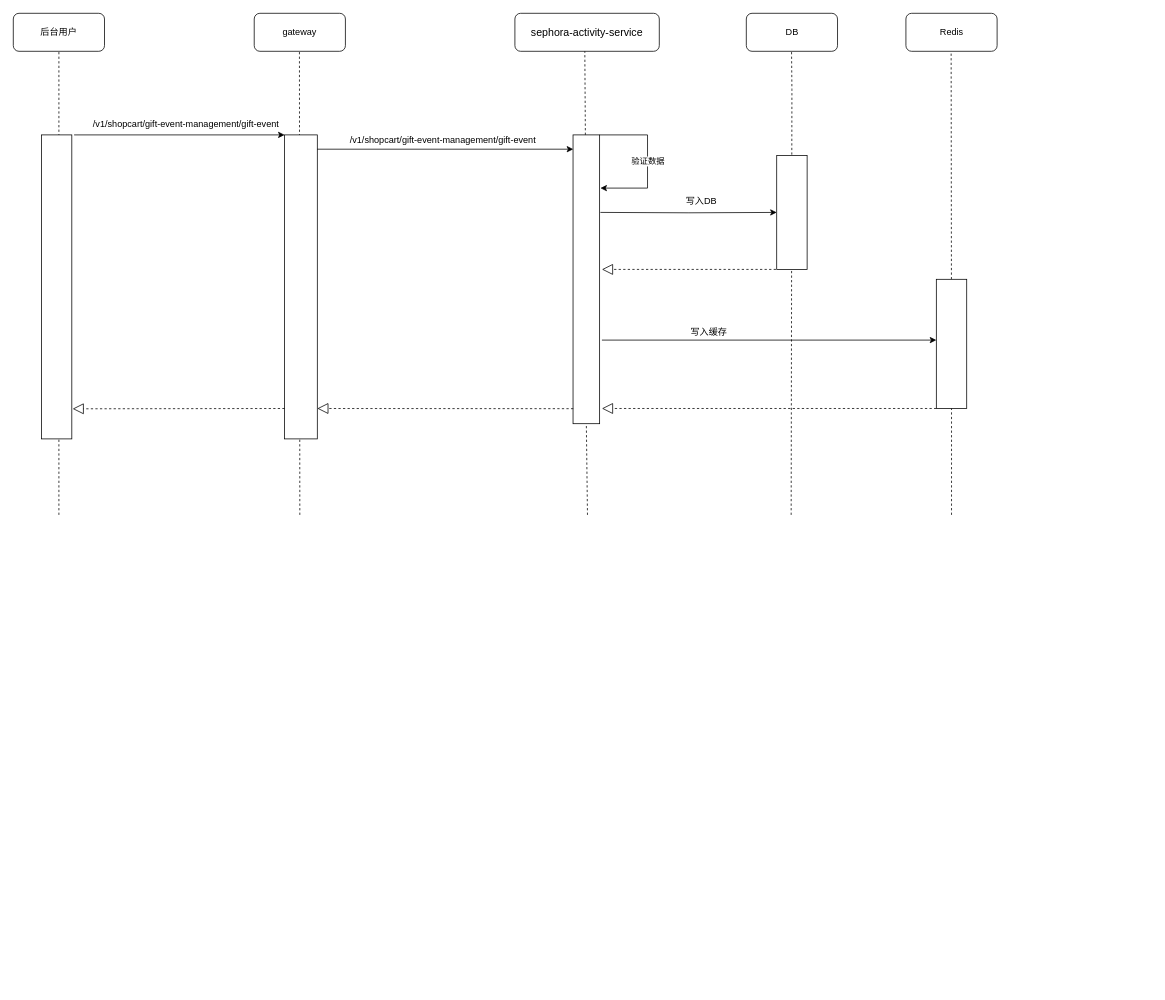
Above: 活动管理-创建活动.drawio in xiazecheng/madao (draw.io), before the change. Source tidied: cells renumbered, new cells numbered last; positions are measured from the earlier drawing's top-left corner, leaving out a move shared by most shapes. Both pictures are drawn from the tidied source at 76%, with x=0, y=0 at pixel (13, 13).
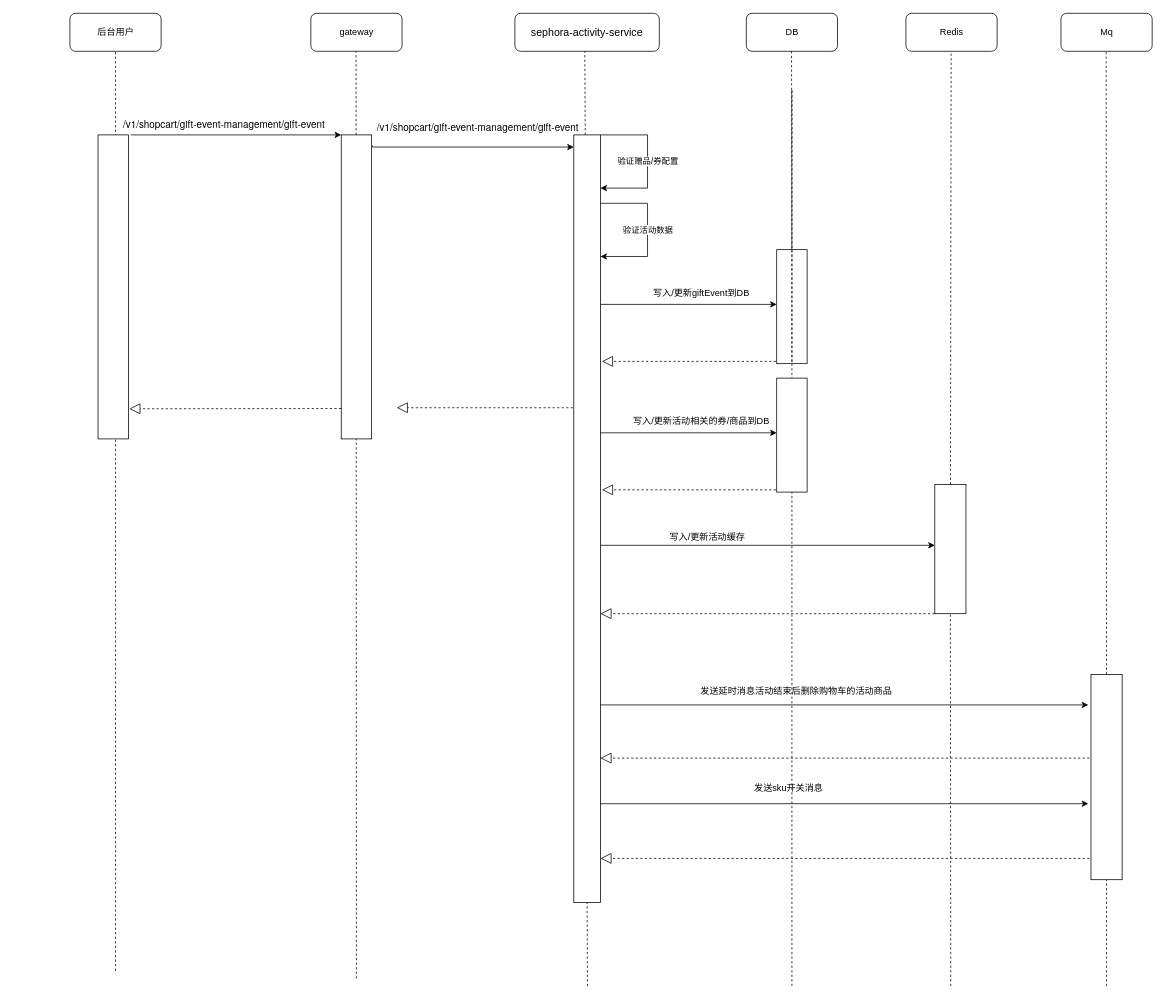
The same diagram, later.

Commit message:
更新活动管理-创建活动.drawio

The edit, as a diff of the source:
```diff
@@
     <mxCell id="2" value="后台用户" style="rounded=1;whiteSpace=wrap;html=1;labelBackgroundColor=default;fontColor=#000000;" parent="1" vertex="1">
-      <mxGeometry width="120" height="50" as="geometry" />
+      <mxGeometry x="74.5" width="120" height="50" as="geometry" />
     </mxCell>
-    <mxCell id="3" style="endArrow=none;dashed=1;html=1;rounded=0;fontColor=#000000;entryX=0.5;entryY=1;entryDx=0;entryDy=0;" parent="1" edge="1" target="2">
-      <mxGeometry relative="1" as="geometry">
-        <mxPoint x="60" y="660" as="sourcePoint" />
-      </mxGeometry>
-    </mxCell>
-    <mxCell id="4" style="rounded=0;whiteSpace=wrap;html=1;labelBackgroundColor=default;fontColor=#000000;" parent="1" vertex="1">
-      <mxGeometry x="37" y="160" width="40" height="400" as="geometry" />
-    </mxCell>
+    <mxCell id="32" style="endArrow=none;dashed=1;html=1;rounded=0;fontColor=#000000;entryX=0.5;entryY=1;entryDx=0;entryDy=0;" parent="1" edge="1" target="2">
+      <mxGeometry relative="1" as="geometry">
+        <mxPoint x="134.5" y="1260" as="sourcePoint" />
+      </mxGeometry>
+    </mxCell>
+    <mxCell id="33" style="rounded=0;whiteSpace=wrap;html=1;labelBackgroundColor=default;fontColor=#000000;" parent="1" vertex="1">
+      <mxGeometry x="111.5" y="160" width="40" height="400" as="geometry" />
+    </mxCell>
@@
-    <mxCell id="6" style="endArrow=none;dashed=1;html=1;rounded=0;fontColor=#000000;entryX=0.5;entryY=1;entryDx=0;entryDy=0;startArrow=none;" parent="1" edge="1" source="9">
-      <mxGeometry relative="1" as="geometry">
-        <mxPoint x="752" y="50" as="targetPoint" />
-      </mxGeometry>
-    </mxCell>
-    <mxCell id="7" style="edgeStyle=orthogonalEdgeStyle;rounded=0;jettySize=auto;html=1;entryX=0;entryY=0.5;entryDx=0;entryDy=0;fontColor=#000000;" parent="1" edge="1" target="18">
-      <mxGeometry relative="1" as="geometry">
-        <mxPoint x="772.5" y="262" as="sourcePoint" />
-      </mxGeometry>
-    </mxCell>
-    <mxCell id="8" style="edgeStyle=orthogonalEdgeStyle;rounded=0;orthogonalLoop=1;jettySize=auto;html=1;fontColor=#000000;entryX=0;entryY=0.5;entryDx=0;entryDy=0;" parent="1" edge="1">
-      <mxGeometry relative="1" as="geometry">
-        <mxPoint x="774.5" y="430" as="sourcePoint" />
-        <mxPoint x="1214.5" y="430" as="targetPoint" />
-      </mxGeometry>
-    </mxCell>
-    <mxCell id="9" style="rounded=0;whiteSpace=wrap;html=1;labelBackgroundColor=default;fontColor=#000000;" parent="1" vertex="1">
-      <mxGeometry x="736.5" y="160" width="35" height="380" as="geometry" />
-    </mxCell>
-    <mxCell id="10" style="endArrow=none;dashed=1;html=1;rounded=0;fontColor=#000000;entryX=0.5;entryY=1;entryDx=0;entryDy=0;" parent="1" edge="1" target="9">
-      <mxGeometry relative="1" as="geometry">
-        <mxPoint x="755.5" y="660" as="sourcePoint" />
-      </mxGeometry>
-    </mxCell>
-    <mxCell id="11" style="endArrow=classic;html=1;rounded=0;fontColor=#000000;entryX=0;entryY=0;entryDx=0;entryDy=0;" parent="1" edge="1" target="14">
-      <mxGeometry relative="1" as="geometry">
-        <mxPoint x="80" y="160" as="sourcePoint" />
-      </mxGeometry>
-    </mxCell>
+    <mxCell id="34" style="endArrow=none;dashed=1;html=1;rounded=0;fontColor=#000000;entryX=0.5;entryY=1;entryDx=0;entryDy=0;startArrow=none;" parent="1" edge="1" source="37">
+      <mxGeometry relative="1" as="geometry">
+        <mxPoint x="752" y="50" as="targetPoint" />
+      </mxGeometry>
+    </mxCell>
+    <mxCell id="35" style="edgeStyle=orthogonalEdgeStyle;rounded=0;orthogonalLoop=1;jettySize=auto;html=1;entryX=0;entryY=0.5;entryDx=0;entryDy=0;fontColor=#000000;" parent="1" edge="1">
+      <mxGeometry relative="1" as="geometry">
+        <mxPoint x="772.5" y="383" as="sourcePoint" />
+        <mxPoint x="1004.5" y="383" as="targetPoint" />
+      </mxGeometry>
+    </mxCell>
+    <mxCell id="36" style="edgeStyle=orthogonalEdgeStyle;rounded=0;orthogonalLoop=1;jettySize=auto;html=1;fontColor=#000000;entryX=0;entryY=0.5;entryDx=0;entryDy=0;" parent="1" edge="1">
+      <mxGeometry relative="1" as="geometry">
+        <mxPoint x="772.5" y="700" as="sourcePoint" />
+        <mxPoint x="1212.5" y="700" as="targetPoint" />
+      </mxGeometry>
+    </mxCell>
+    <mxCell id="37" style="rounded=0;whiteSpace=wrap;html=1;labelBackgroundColor=default;fontColor=#000000;" parent="1" vertex="1">
+      <mxGeometry x="737.5" y="160" width="35" height="1010" as="geometry" />
+    </mxCell>
+    <mxCell id="38" style="endArrow=none;dashed=1;html=1;rounded=0;fontColor=#000000;entryX=0.5;entryY=1;entryDx=0;entryDy=0;" parent="1" edge="1" target="37">
+      <mxGeometry relative="1" as="geometry">
+        <mxPoint x="755.5" y="1280" as="sourcePoint" />
+      </mxGeometry>
+    </mxCell>
+    <mxCell id="39" style="endArrow=classic;html=1;rounded=0;fontColor=#000000;entryX=0;entryY=0;entryDx=0;entryDy=0;" parent="1" edge="1" target="42">
+      <mxGeometry relative="1" as="geometry">
+        <mxPoint x="154.5" y="160" as="sourcePoint" />
+      </mxGeometry>
+    </mxCell>
     <mxCell id="12" value="gateway" style="rounded=1;whiteSpace=wrap;html=1;labelBackgroundColor=default;fontColor=#000000;" parent="1" vertex="1">
-      <mxGeometry x="317" width="120" height="50" as="geometry" />
+      <mxGeometry x="391.5" width="120" height="50" as="geometry" />
     </mxCell>
-    <mxCell id="13" style="endArrow=none;dashed=1;html=1;rounded=0;fontColor=#000000;entryX=0.5;entryY=1;entryDx=0;entryDy=0;" parent="1" edge="1">
-      <mxGeometry relative="1" as="geometry">
-        <mxPoint x="377" y="660" as="sourcePoint" />
-        <mxPoint x="376.5" y="50" as="targetPoint" />
-      </mxGeometry>
-    </mxCell>
-    <mxCell id="14" style="rounded=0;whiteSpace=wrap;html=1;labelBackgroundColor=default;fontColor=#000000;" parent="1" vertex="1">
-      <mxGeometry x="357" y="160" width="43" height="400" as="geometry" />
-    </mxCell>
-    <mxCell id="15" value="验证数据" style="edgeStyle=orthogonalEdgeStyle;rounded=0;jettySize=auto;html=1;exitX=1;exitY=0;exitDx=0;exitDy=0;fontColor=#000000;" parent="1" edge="1" source="9">
-      <mxGeometry relative="1" as="geometry">
-        <mxPoint x="772.5" y="230" as="targetPoint" />
-        <Array as="points">
-          <mxPoint x="834.5" y="160" />
-          <mxPoint x="834.5" y="230" />
-          <mxPoint x="772.5" y="230" />
-        </Array>
-      </mxGeometry>
-    </mxCell>
+    <mxCell id="40" style="endArrow=none;dashed=1;html=1;rounded=0;fontColor=#000000;entryX=0.5;entryY=1;entryDx=0;entryDy=0;" parent="1" edge="1">
+      <mxGeometry relative="1" as="geometry">
+        <mxPoint x="451.5" y="1270" as="sourcePoint" />
+        <mxPoint x="451" y="50" as="targetPoint" />
+      </mxGeometry>
+    </mxCell>
+    <mxCell id="41" style="edgeStyle=orthogonalEdgeStyle;rounded=0;jettySize=auto;html=1;exitX=1.027;exitY=0.035;exitDx=0;exitDy=0;entryX=0;entryY=0;entryDx=0;entryDy=0;fontColor=#000000;exitPerimeter=0;" parent="1" edge="1" source="42">
+      <mxGeometry relative="1" as="geometry">
+        <mxPoint x="737.5" y="176" as="targetPoint" />
+        <Array as="points">
+          <mxPoint x="472.5" y="176" />
+        </Array>
+      </mxGeometry>
+    </mxCell>
+    <mxCell id="42" style="rounded=0;whiteSpace=wrap;html=1;labelBackgroundColor=default;fontColor=#000000;" parent="1" vertex="1">
+      <mxGeometry x="431.5" y="160" width="40" height="400" as="geometry" />
+    </mxCell>
+    <mxCell id="43" value="验证赠品/券配置" style="edgeStyle=orthogonalEdgeStyle;rounded=0;jettySize=auto;html=1;exitX=1;exitY=0;exitDx=0;exitDy=0;fontColor=#000000;" parent="1" edge="1" source="37">
+      <mxGeometry relative="1" as="geometry">
+        <mxPoint x="772.5" y="230" as="targetPoint" />
+        <Array as="points">
+          <mxPoint x="834.5" y="160" />
+          <mxPoint x="834.5" y="230" />
+          <mxPoint x="772.5" y="230" />
+        </Array>
+      </mxGeometry>
+    </mxCell>
@@
-    <mxCell id="17" style="endArrow=none;dashed=1;html=1;rounded=0;fontColor=#000000;entryX=0.5;entryY=1;entryDx=0;entryDy=0;startArrow=none;" parent="1" edge="1">
-      <mxGeometry relative="1" as="geometry">
-        <mxPoint x="1023.5" y="660" as="sourcePoint" />
-        <mxPoint x="1024" y="50" as="targetPoint" />
-        <Array as="points">
-          <mxPoint x="1024.5" y="100" />
-        </Array>
-      </mxGeometry>
-    </mxCell>
-    <mxCell id="18" style="rounded=0;whiteSpace=wrap;html=1;labelBackgroundColor=default;fontColor=#000000;" parent="1" vertex="1">
-      <mxGeometry x="1004.5" y="187" width="40" height="150" as="geometry" />
-    </mxCell>
-    <mxCell id="19" value="写入DB" style="text;html=1;align=center;verticalAlign=middle;strokeColor=none;fillColor=none;fontColor=#000000;" parent="1" vertex="1">
-      <mxGeometry x="874.5" y="237" width="60" height="20" as="geometry" />
-    </mxCell>
+    <mxCell id="44" style="endArrow=none;dashed=1;html=1;rounded=0;fontColor=#000000;entryX=0.5;entryY=1;entryDx=0;entryDy=0;startArrow=none;" parent="1" edge="1" source="54">
+      <mxGeometry relative="1" as="geometry">
+        <mxPoint x="1024" y="50" as="targetPoint" />
+      </mxGeometry>
+    </mxCell>
+    <mxCell id="45" value="写入/更新giftEvent到DB" style="text;html=1;align=center;verticalAlign=middle;strokeColor=none;fillColor=none;fontColor=#000000;" parent="1" vertex="1">
+      <mxGeometry x="834.5" y="358" width="140" height="20" as="geometry" />
+    </mxCell>
@@
-    <mxCell id="21" style="endArrow=none;dashed=1;html=1;rounded=0;fontColor=#000000;entryX=0.5;entryY=1;entryDx=0;entryDy=0;startArrow=none;" parent="1" edge="1" source="22">
-      <mxGeometry relative="1" as="geometry">
-        <mxPoint x="1234" y="50" as="targetPoint" />
-      </mxGeometry>
-    </mxCell>
-    <mxCell id="22" style="rounded=0;whiteSpace=wrap;html=1;labelBackgroundColor=default;fontColor=#000000;" parent="1" vertex="1">
-      <mxGeometry x="1214.5" y="350" width="40" height="170" as="geometry" />
-    </mxCell>
-    <mxCell id="23" style="endArrow=none;dashed=1;html=1;rounded=0;fontColor=#000000;entryX=0.5;entryY=1;entryDx=0;entryDy=0;startArrow=none;" parent="1" edge="1" target="22">
-      <mxGeometry relative="1" as="geometry">
-        <mxPoint x="1234.5" y="660" as="sourcePoint" />
-      </mxGeometry>
-    </mxCell>
-    <mxCell id="24" value="写入缓存" style="text;html=1;align=center;verticalAlign=middle;strokeColor=none;fillColor=none;fontColor=#000000;" parent="1" vertex="1">
-      <mxGeometry x="884.5" y="410" width="60" height="20" as="geometry" />
-    </mxCell>
-    <mxCell id="25" style="endArrow=block;dashed=1;endFill=0;endSize=12;html=1;rounded=0;fontColor=#000000;exitX=0;exitY=1;exitDx=0;exitDy=0;" parent="1" edge="1" source="22">
-      <mxGeometry relative="1" as="geometry">
-        <mxPoint x="774.5" y="520" as="targetPoint" />
-      </mxGeometry>
-    </mxCell>
-    <mxCell id="26" style="endArrow=block;dashed=1;endFill=0;endSize=12;html=1;rounded=0;fontColor=#000000;exitX=0.008;exitY=0.948;exitDx=0;exitDy=0;exitPerimeter=0;" parent="1" edge="1" source="9">
-      <mxGeometry relative="1" as="geometry">
-        <mxPoint x="400" y="520" as="targetPoint" />
-      </mxGeometry>
-    </mxCell>
-    <mxCell id="27" style="endArrow=block;dashed=1;endFill=0;endSize=12;html=1;rounded=0;fontColor=#000000;exitX=0;exitY=1;exitDx=0;exitDy=0;" parent="1" edge="1">
-      <mxGeometry relative="1" as="geometry">
-        <mxPoint x="1003.5" y="337" as="sourcePoint" />
-        <mxPoint x="774.5" y="337" as="targetPoint" />
-      </mxGeometry>
-    </mxCell>
-    <mxCell id="28" style="endArrow=block;dashed=1;endFill=0;endSize=12;html=1;rounded=0;fontColor=#000000;exitX=0;exitY=1;exitDx=0;exitDy=0;entryX=1.028;entryY=0.901;entryDx=0;entryDy=0;entryPerimeter=0;" parent="1" edge="1" target="4">
-      <mxGeometry relative="1" as="geometry">
-        <mxPoint x="357" y="520" as="sourcePoint" />
-      </mxGeometry>
-    </mxCell>
-    <mxCell id="29" value="&lt;pre style=&quot;font-family: &amp;#34;jetbrains mono&amp;#34;&quot;&gt;/v1/shopcart/gift-event-management/gift-event&lt;/pre&gt;" style="text;html=1;align=center;verticalAlign=middle;strokeColor=none;fillColor=none;fontColor=#000000;" parent="1" vertex="1">
-      <mxGeometry x="82" y="126" width="290" height="40" as="geometry" />
-    </mxCell>
-    <mxCell id="30" value="&lt;pre style=&quot;font-family: &amp;#34;jetbrains mono&amp;#34;&quot;&gt;/v1/shopcart/gift-event-management/gift-event&lt;/pre&gt;" style="text;html=1;align=center;verticalAlign=middle;strokeColor=none;fillColor=none;fontColor=#000000;" parent="1" vertex="1">
-      <mxGeometry x="420" y="147" width="290" height="40" as="geometry" />
-    </mxCell>
-    <mxCell id="31" style="endArrow=classic;html=1;rounded=0;fontSize=12;fontColor=#000000;entryX=0.008;entryY=0.06;entryDx=0;entryDy=0;entryPerimeter=0;exitX=0.995;exitY=0.057;exitDx=0;exitDy=0;exitPerimeter=0;" parent="1" edge="1">
-      <mxGeometry relative="1" as="geometry">
-        <mxPoint x="399.8" y="178.8" as="sourcePoint" />
-        <mxPoint x="736.8" y="178.8" as="targetPoint" />
-      </mxGeometry>
-    </mxCell>
+    <mxCell id="46" style="endArrow=none;dashed=1;html=1;rounded=0;fontColor=#000000;entryX=0.5;entryY=1;entryDx=0;entryDy=0;startArrow=none;" parent="1" edge="1" source="47">
+      <mxGeometry relative="1" as="geometry">
+        <mxPoint x="1234" y="50" as="targetPoint" />
+      </mxGeometry>
+    </mxCell>
+    <mxCell id="47" style="rounded=0;whiteSpace=wrap;html=1;labelBackgroundColor=default;fontColor=#000000;" parent="1" vertex="1">
+      <mxGeometry x="1212.5" y="620" width="41" height="170" as="geometry" />
+    </mxCell>
+    <mxCell id="48" style="endArrow=none;dashed=1;html=1;rounded=0;fontColor=#000000;entryX=0.5;entryY=1;entryDx=0;entryDy=0;startArrow=none;" parent="1" edge="1" target="47">
+      <mxGeometry relative="1" as="geometry">
+        <mxPoint x="1233.5" y="1280" as="sourcePoint" />
+      </mxGeometry>
+    </mxCell>
+    <mxCell id="49" value="写入/更新活动缓存" style="text;html=1;align=center;verticalAlign=middle;strokeColor=none;fillColor=none;fontColor=#000000;" parent="1" vertex="1">
+      <mxGeometry x="857.5" y="680" width="110" height="20" as="geometry" />
+    </mxCell>
+    <mxCell id="50" style="endArrow=block;dashed=1;endFill=0;endSize=12;html=1;rounded=0;fontColor=#000000;exitX=0;exitY=1;exitDx=0;exitDy=0;" parent="1" edge="1" source="47">
+      <mxGeometry relative="1" as="geometry">
+        <mxPoint x="772.5" y="790" as="targetPoint" />
+      </mxGeometry>
+    </mxCell>
+    <mxCell id="51" style="endArrow=block;dashed=1;endFill=0;endSize=12;html=1;rounded=0;fontColor=#000000;exitX=0;exitY=1;exitDx=0;exitDy=0;" parent="1" edge="1">
+      <mxGeometry relative="1" as="geometry">
+        <mxPoint x="736.5" y="519" as="sourcePoint" />
+        <mxPoint x="504.5" y="519" as="targetPoint" />
+      </mxGeometry>
+    </mxCell>
+    <mxCell id="52" style="endArrow=block;dashed=1;endFill=0;endSize=12;html=1;rounded=0;fontColor=#000000;exitX=0;exitY=1;exitDx=0;exitDy=0;" parent="1" edge="1">
+      <mxGeometry relative="1" as="geometry">
+        <mxPoint x="1003.5" y="458" as="sourcePoint" />
+        <mxPoint x="774.5" y="458" as="targetPoint" />
+      </mxGeometry>
+    </mxCell>
+    <mxCell id="53" style="endArrow=block;dashed=1;endFill=0;endSize=12;html=1;rounded=0;fontColor=#000000;exitX=0;exitY=1;exitDx=0;exitDy=0;entryX=1.028;entryY=0.901;entryDx=0;entryDy=0;entryPerimeter=0;" parent="1" edge="1" target="33">
+      <mxGeometry relative="1" as="geometry">
+        <mxPoint x="431.5" y="520" as="sourcePoint" />
+      </mxGeometry>
+    </mxCell>
+    <mxCell id="54" style="rounded=0;whiteSpace=wrap;html=1;labelBackgroundColor=default;fontColor=#000000;" parent="1" vertex="1">
+      <mxGeometry x="1004.5" y="311" width="40" height="150" as="geometry" />
+    </mxCell>
+    <mxCell id="55" style="endArrow=none;dashed=1;html=1;rounded=0;fontColor=#000000;entryX=0.5;entryY=1;entryDx=0;entryDy=0;startArrow=none;" parent="1" edge="1" target="54">
+      <mxGeometry relative="1" as="geometry">
+        <mxPoint x="1024.5" y="1280" as="sourcePoint" />
+        <Array as="points">
+          <mxPoint x="1024.5" y="100" />
+        </Array>
+      </mxGeometry>
+    </mxCell>
+    <mxCell id="56" value="验证活动数据" style="edgeStyle=orthogonalEdgeStyle;rounded=0;orthogonalLoop=1;jettySize=auto;html=1;exitX=1;exitY=0;exitDx=0;exitDy=0;fontColor=#000000;" parent="1" edge="1">
+      <mxGeometry relative="1" as="geometry">
+        <mxPoint x="772.5" y="250" as="sourcePoint" />
+        <mxPoint x="772.5" y="320" as="targetPoint" />
+        <Array as="points">
+          <mxPoint x="834.5" y="250" />
+          <mxPoint x="834.5" y="320" />
+          <mxPoint x="772.5" y="320" />
+        </Array>
+      </mxGeometry>
+    </mxCell>
+    <mxCell id="57" style="edgeStyle=orthogonalEdgeStyle;rounded=0;orthogonalLoop=1;jettySize=auto;html=1;entryX=0;entryY=0.5;entryDx=0;entryDy=0;fontColor=#000000;" parent="1" edge="1">
+      <mxGeometry relative="1" as="geometry">
+        <mxPoint x="772.5" y="552" as="sourcePoint" />
+        <mxPoint x="1004.5" y="552" as="targetPoint" />
+      </mxGeometry>
+    </mxCell>
+    <mxCell id="58" value="写入/更新活动相关的券/商品到DB" style="text;html=1;align=center;verticalAlign=middle;strokeColor=none;fillColor=none;fontColor=#000000;" parent="1" vertex="1">
+      <mxGeometry x="809.5" y="527" width="190" height="20" as="geometry" />
+    </mxCell>
+    <mxCell id="59" style="endArrow=block;dashed=1;endFill=0;endSize=12;html=1;rounded=0;fontColor=#000000;exitX=0;exitY=1;exitDx=0;exitDy=0;" parent="1" edge="1">
+      <mxGeometry relative="1" as="geometry">
+        <mxPoint x="1003.5" y="627" as="sourcePoint" />
+        <mxPoint x="774.5" y="627" as="targetPoint" />
+      </mxGeometry>
+    </mxCell>
+    <mxCell id="60" style="rounded=0;whiteSpace=wrap;html=1;labelBackgroundColor=default;fontColor=#000000;" parent="1" vertex="1">
+      <mxGeometry x="1004.5" y="480" width="40" height="150" as="geometry" />
+    </mxCell>
+    <mxCell id="61" value="Mq" style="rounded=1;whiteSpace=wrap;html=1;labelBackgroundColor=default;fontColor=#000000;" parent="1" vertex="1">
+      <mxGeometry x="1378.5" width="120" height="50" as="geometry" />
+    </mxCell>
+    <mxCell id="62" style="endArrow=none;dashed=1;html=1;rounded=0;fontColor=#000000;entryX=0.5;entryY=1;entryDx=0;entryDy=0;startArrow=none;" parent="1" edge="1" source="63">
+      <mxGeometry relative="1" as="geometry">
+        <mxPoint x="1438" y="50" as="targetPoint" />
+      </mxGeometry>
+    </mxCell>
+    <mxCell id="63" style="rounded=0;whiteSpace=wrap;html=1;labelBackgroundColor=default;fontColor=#000000;" parent="1" vertex="1">
+      <mxGeometry x="1418" y="870" width="41" height="270" as="geometry" />
+    </mxCell>
+    <mxCell id="64" style="endArrow=none;dashed=1;html=1;rounded=0;fontColor=#000000;entryX=0.5;entryY=1;entryDx=0;entryDy=0;startArrow=none;" parent="1" edge="1" target="63">
+      <mxGeometry relative="1" as="geometry">
+        <mxPoint x="1438.5" y="1280" as="sourcePoint" />
+      </mxGeometry>
+    </mxCell>
+    <mxCell id="65" style="edgeStyle=orthogonalEdgeStyle;rounded=0;orthogonalLoop=1;jettySize=auto;html=1;fontColor=#000000;" parent="1" edge="1">
+      <mxGeometry relative="1" as="geometry">
+        <mxPoint x="772.5" y="910" as="sourcePoint" />
+        <mxPoint x="1414.5" y="910" as="targetPoint" />
+      </mxGeometry>
+    </mxCell>
+    <mxCell id="66" value="发送延时消息活动结束后删除购物车的活动商品" style="text;html=1;align=center;verticalAlign=middle;strokeColor=none;fillColor=none;fontColor=#000000;" parent="1" vertex="1">
+      <mxGeometry x="894.5" y="882" width="270" height="20" as="geometry" />
+    </mxCell>
+    <mxCell id="67" style="edgeStyle=orthogonalEdgeStyle;rounded=0;orthogonalLoop=1;jettySize=auto;html=1;fontColor=#000000;" parent="1" edge="1">
+      <mxGeometry relative="1" as="geometry">
+        <mxPoint x="772.5" y="1040" as="sourcePoint" />
+        <mxPoint x="1414.5" y="1040" as="targetPoint" />
+      </mxGeometry>
+    </mxCell>
+    <mxCell id="68" value="发送sku开关消息" style="text;html=1;align=center;verticalAlign=middle;strokeColor=none;fillColor=none;fontColor=#000000;" parent="1" vertex="1">
+      <mxGeometry x="964.5" y="1010" width="110" height="20" as="geometry" />
+    </mxCell>
+    <mxCell id="69" style="endArrow=block;dashed=1;endFill=0;endSize=12;html=1;rounded=0;fontColor=#000000;exitX=0;exitY=1;exitDx=0;exitDy=0;" parent="1" edge="1">
+      <mxGeometry relative="1" as="geometry">
+        <mxPoint x="1416" y="980" as="sourcePoint" />
+        <mxPoint x="772.5" y="980" as="targetPoint" />
+      </mxGeometry>
+    </mxCell>
+    <mxCell id="70" style="endArrow=block;dashed=1;endFill=0;endSize=12;html=1;rounded=0;fontColor=#000000;exitX=0;exitY=1;exitDx=0;exitDy=0;" parent="1" edge="1">
+      <mxGeometry relative="1" as="geometry">
+        <mxPoint x="1416" y="1112" as="sourcePoint" />
+        <mxPoint x="772.5" y="1112" as="targetPoint" />
+      </mxGeometry>
+    </mxCell>
+    <mxCell id="71" value="&lt;font face=&quot;helvetica neue&quot;&gt;&lt;span style=&quot;font-size: 13px&quot;&gt;/v1/shopcart/gift-event-management/&lt;/span&gt;&lt;/font&gt;&lt;span style=&quot;font-family: &amp;#34;helvetica neue&amp;#34; ; font-size: 13px&quot;&gt;gift-event&lt;/span&gt;" style="text;html=1;align=center;verticalAlign=middle;strokeColor=none;fillColor=none;fontColor=#000000;" parent="1" vertex="1">
+      <mxGeometry x="131.5" y="136" width="290" height="20" as="geometry" />
+    </mxCell>
+    <mxCell id="72" value="&lt;font face=&quot;helvetica neue&quot;&gt;&lt;span style=&quot;font-size: 13px&quot;&gt;/v1/shopcart/gift-event-management/&lt;/span&gt;&lt;/font&gt;&lt;span style=&quot;font-family: &amp;#34;helvetica neue&amp;#34; ; font-size: 13px&quot;&gt;gift-event&lt;/span&gt;" style="text;html=1;align=center;verticalAlign=middle;strokeColor=none;fillColor=none;fontColor=#000000;" parent="1" vertex="1">
+      <mxGeometry x="465.5" y="140" width="290" height="20" as="geometry" />
+    </mxCell>
```
